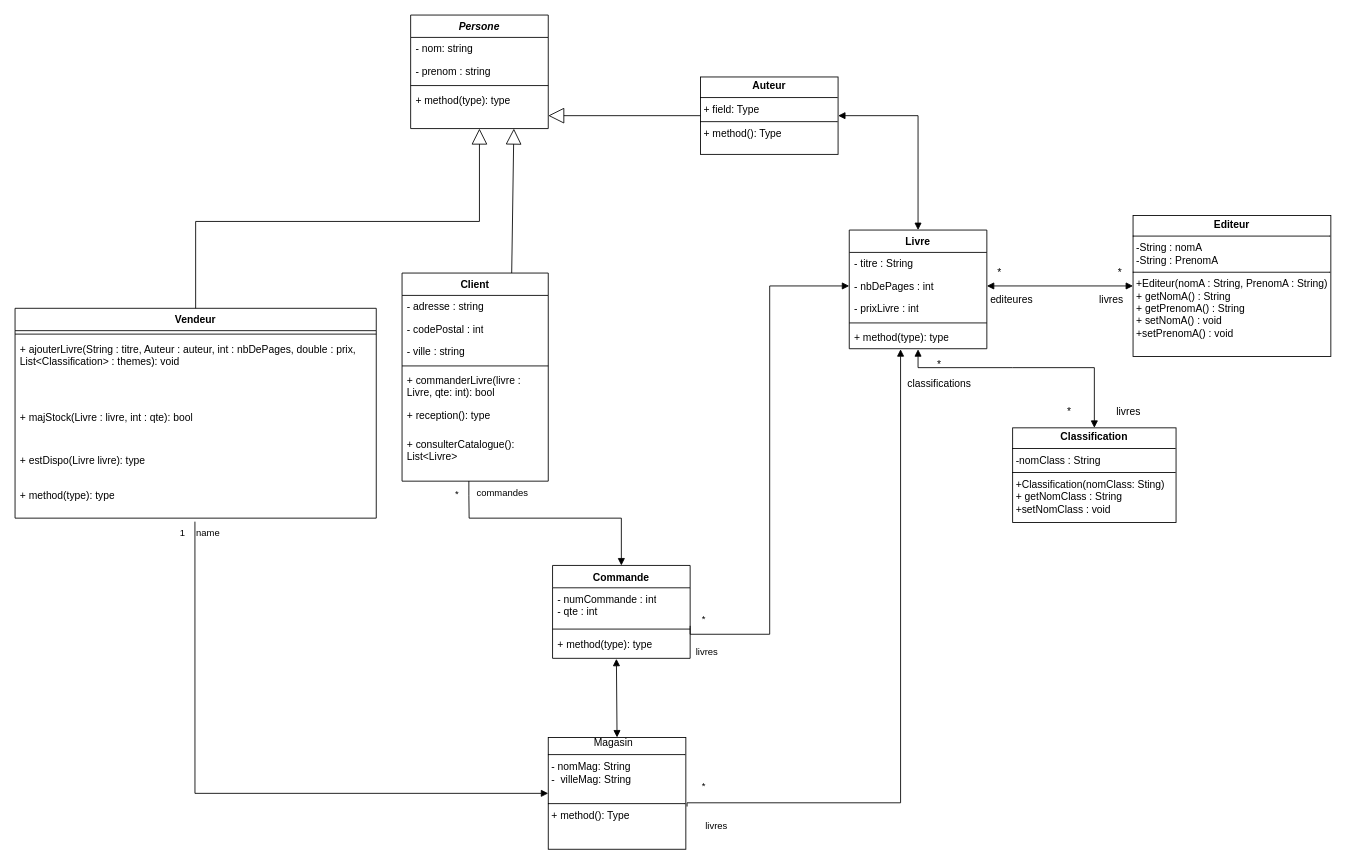
NolhanDolou/SAE_JAVA keeps this draw.io diagram as diagrammedeclasse.drawio. Above is the earlier version. Source tidied: cells renumbered, new cells numbered last; positions are measured from the earlier drawing's top-left corner, leaving out a move shared by most shapes. Both pictures are drawn from the tidied source at 86%, with x=0, y=0 at pixel (15, 15).
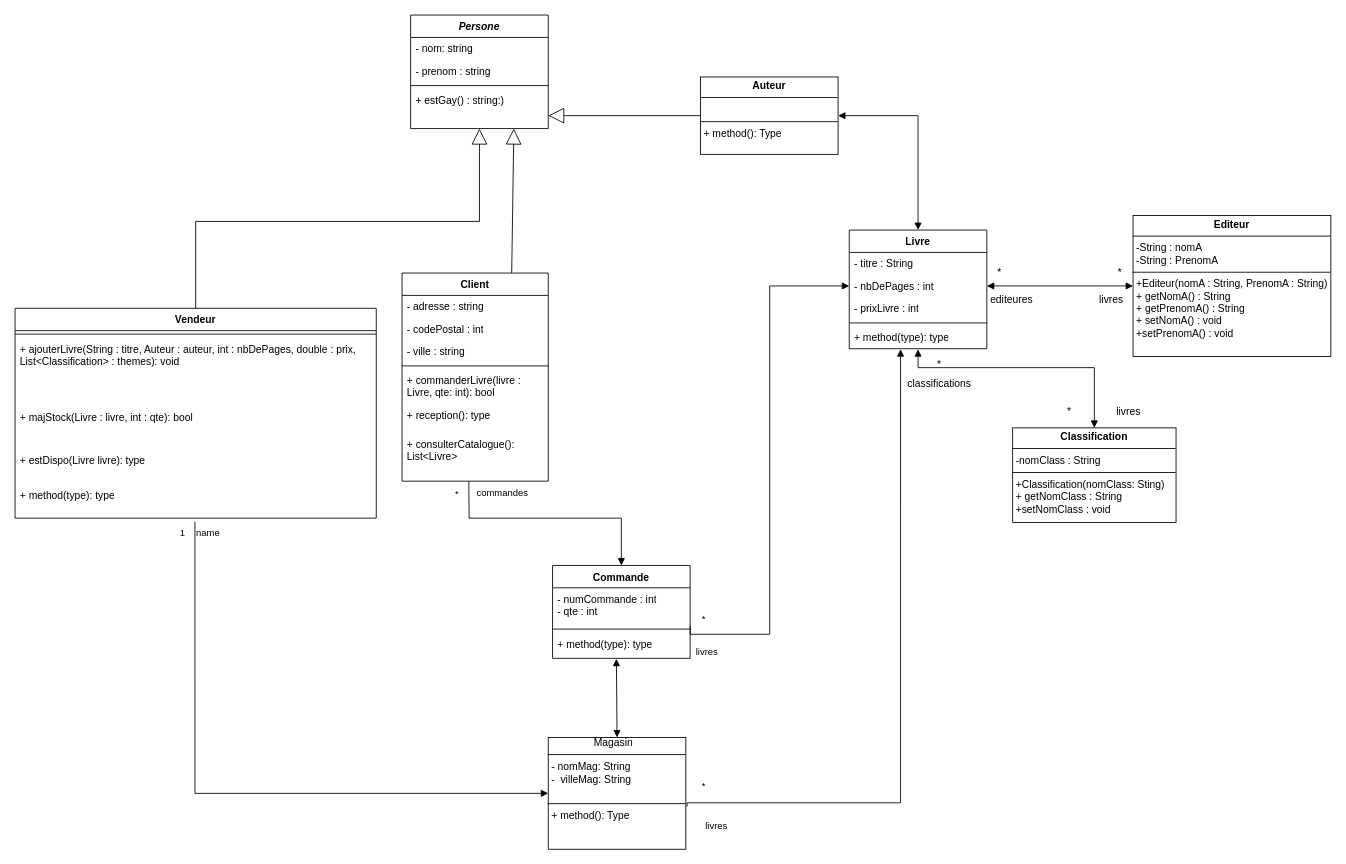
Above is the later version.

The change refers to these unchanged cells:
```xml
<mxCell id="2" value="&lt;i&gt;Persone&lt;/i&gt;" style="swimlane;fontStyle=1;align=center;verticalAlign=top;horizontal=1;startSize=26;whiteSpace=wrap;html=1;" parent="1" vertex="1">
  <mxGeometry x="460" width="160" height="132" as="geometry" />
</mxCell>
```

What changed in the source:
```diff
@@
-    <mxCell id="6" value="+ method(type): type" style="text;strokeColor=none;fillColor=none;align=left;verticalAlign=top;spacingLeft=4;spacingRight=4;overflow=hidden;points=[[0,0.5],[1,0.5]];portConstraint=eastwest;whiteSpace=wrap;html=1;" parent="2" vertex="1">
+    <mxCell id="6" value="+ estGay() : string:)" style="text;strokeColor=none;fillColor=none;align=left;verticalAlign=top;spacingLeft=4;spacingRight=4;overflow=hidden;points=[[0,0.5],[1,0.5]];portConstraint=eastwest;whiteSpace=wrap;html=1;" parent="2" vertex="1">
       <mxGeometry y="86" width="160" height="46" as="geometry" />
     </mxCell>
@@
-    <mxCell id="34" value="&lt;p style=&quot;margin:0px;margin-top:4px;text-align:center;&quot;&gt;&lt;b&gt;Auteur&lt;/b&gt;&lt;/p&gt;&lt;hr size=&quot;1&quot; style=&quot;border-style:solid;&quot;&gt;&lt;p style=&quot;margin:0px;margin-left:4px;&quot;&gt;+ field: Type&lt;/p&gt;&lt;hr size=&quot;1&quot; style=&quot;border-style:solid;&quot;&gt;&lt;p style=&quot;margin:0px;margin-left:4px;&quot;&gt;+ method(): Type&lt;/p&gt;" style="verticalAlign=top;align=left;overflow=fill;html=1;whiteSpace=wrap;" parent="1" vertex="1">
+    <mxCell id="34" value="&lt;p style=&quot;margin:0px;margin-top:4px;text-align:center;&quot;&gt;&lt;b&gt;Auteur&lt;/b&gt;&lt;/p&gt;&lt;hr size=&quot;1&quot; style=&quot;border-style:solid;&quot;&gt;&lt;br&gt;&lt;hr size=&quot;1&quot; style=&quot;border-style:solid;&quot;&gt;&lt;p style=&quot;margin:0px;margin-left:4px;&quot;&gt;+ method(): Type&lt;/p&gt;" style="verticalAlign=top;align=left;overflow=fill;html=1;whiteSpace=wrap;" parent="1" vertex="1">
       <mxGeometry x="797" y="72" width="160" height="90" as="geometry" />
     </mxCell>
```
